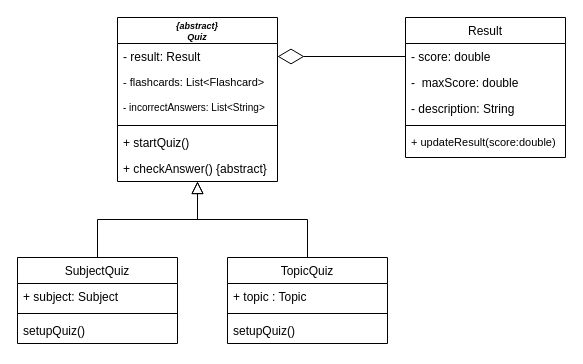
Earlier version of the draw.io diagram Untitled Diagram.drawio (nus-cs2113-AY2021S1/tp). Source tidied: cells renumbered, new cells numbered last; positions are measured from the earlier drawing's top-left corner, leaving out a move shared by most shapes. Both pictures are drawn from the tidied source at 100%, with x=0, y=0 at pixel (17, 17).
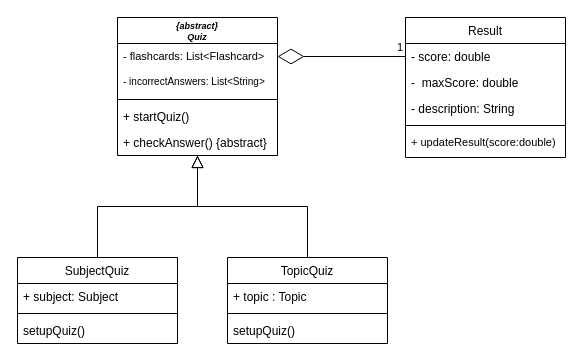
The same page after the edit.

The change refers to these unchanged cells:
```xml
<mxCell id="16" value="- score: double" style="text;align=left;verticalAlign=top;spacingLeft=4;spacingRight=4;overflow=hidden;points=[[0,0.5],[1,0.5]];portConstraint=eastwest;" parent="15" vertex="1">
  <mxGeometry y="26" width="160" height="26" as="geometry" />
</mxCell>
```

Diff of the diagram source:
```diff
@@
     <mxCell id="2" value="{abstract}&#10;Quiz" style="swimlane;fontStyle=3;align=center;verticalAlign=top;horizontal=1;startSize=26;rounded=0;shadow=0;strokeWidth=1;fillColor=none;fontSize=9;whiteSpace=wrap;spacing=-1;" parent="1" vertex="1">
-      <mxGeometry x="100" width="160" height="164" as="geometry" />
+      <mxGeometry x="100" width="160" height="138" as="geometry" />
     </mxCell>
-    <mxCell id="3" value="- result: Result" style="text;align=left;verticalAlign=top;spacingLeft=4;spacingRight=4;overflow=hidden;points=[[0,0.5],[1,0.5]];portConstraint=eastwest;" parent="2" vertex="1">
-      <mxGeometry y="26" width="160" height="26" as="geometry" />
-    </mxCell>
     <mxCell id="4" value="- flashcards: List&lt;Flashcard&gt;" style="text;align=left;verticalAlign=top;spacingLeft=4;spacingRight=4;overflow=hidden;rounded=0;shadow=0;html=0;fontSize=11;" parent="2" vertex="1">
-      <mxGeometry y="52" width="160" height="26" as="geometry" />
+      <mxGeometry y="26" width="160" height="26" as="geometry" />
     </mxCell>
     <mxCell id="5" value="- incorrectAnswers: List&lt;String&gt;" style="text;align=left;verticalAlign=top;spacingLeft=4;spacingRight=4;overflow=hidden;rounded=0;shadow=0;html=0;fontSize=10;" parent="2" vertex="1">
-      <mxGeometry y="78" width="160" height="26" as="geometry" />
+      <mxGeometry y="52" width="160" height="26" as="geometry" />
     </mxCell>
     <mxCell id="6" style="line;html=1;strokeWidth=1;align=left;verticalAlign=middle;spacingTop=-1;spacingLeft=3;spacingRight=3;labelPosition=right;" parent="2" vertex="1">
-      <mxGeometry y="104" width="160" height="8" as="geometry" />
+      <mxGeometry y="78" width="160" height="8" as="geometry" />
     </mxCell>
     <mxCell id="7" value="+ startQuiz()&#10;" style="text;align=left;verticalAlign=top;spacingLeft=4;spacingRight=4;overflow=hidden;" parent="2" vertex="1">
-      <mxGeometry y="112" width="160" height="26" as="geometry" />
+      <mxGeometry y="86" width="160" height="26" as="geometry" />
     </mxCell>
     <mxCell id="8" value="+ checkAnswer() {abstract}&#10;" style="text;align=left;verticalAlign=top;spacingLeft=4;spacingRight=4;overflow=hidden;" parent="2" vertex="1">
-      <mxGeometry y="138" width="160" height="26" as="geometry" />
+      <mxGeometry y="112" width="160" height="26" as="geometry" />
     </mxCell>
@@
-    <mxCell id="25" style="endArrow=diamondThin;endFill=0;endSize=24;html=1;fontSize=11;entryX=1;entryY=0.5;entryDx=0;entryDy=0;exitX=0;exitY=0.5;exitDx=0;exitDy=0;" parent="1" edge="1" source="16" target="3">
-      <mxGeometry relative="1" as="geometry" />
+    <mxCell id="25" style="endArrow=diamondThin;endFill=0;endSize=24;html=1;fontSize=11;entryX=1;entryY=0.5;entryDx=0;entryDy=0;exitX=0;exitY=0.5;exitDx=0;exitDy=0;" parent="1" edge="1" source="16">
+      <mxGeometry relative="1" as="geometry">
+        <mxPoint x="260" y="39" as="targetPoint" />
+      </mxGeometry>
     </mxCell>
+    <mxCell id="26" value="1" style="text;html=1;strokeColor=none;fillColor=none;align=right;verticalAlign=middle;whiteSpace=wrap;rounded=0;fontSize=11;" parent="1" vertex="1">
+      <mxGeometry x="348" y="20" width="40" height="20" as="geometry" />
+    </mxCell>
```
